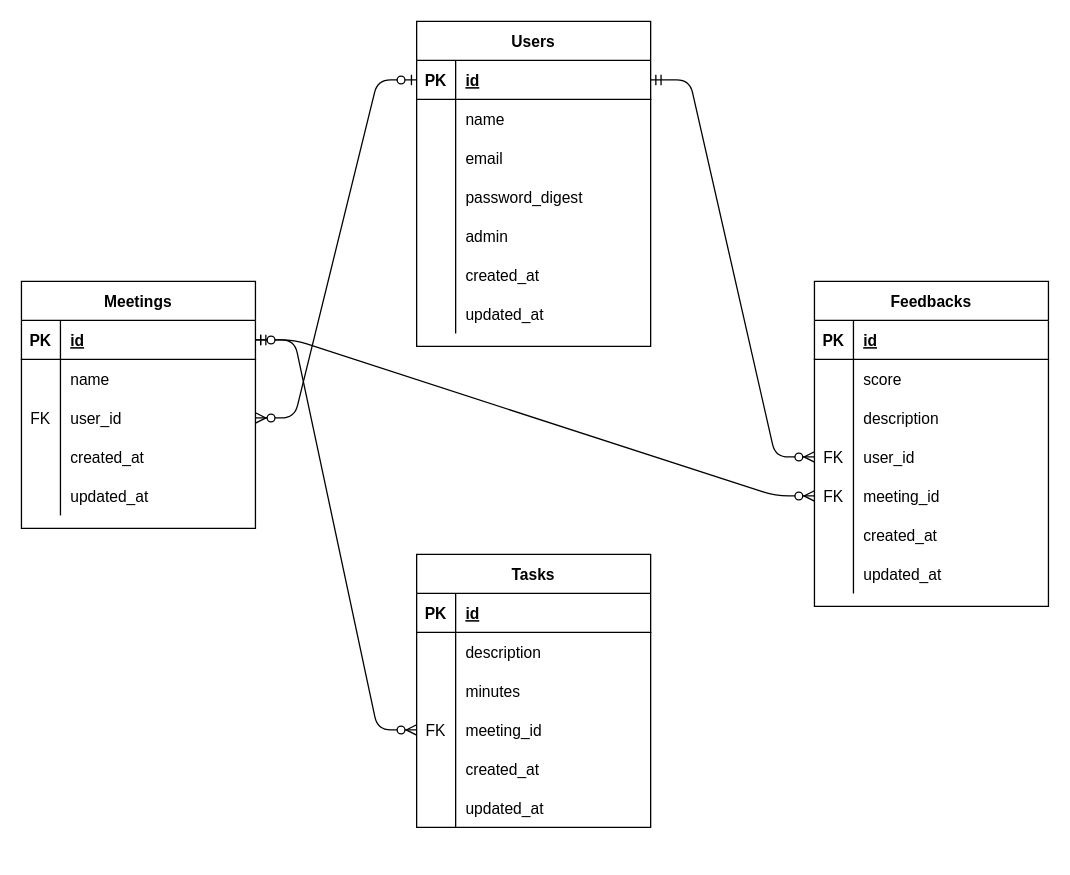
ushimedia/catalog_task_1 keeps this draw.io diagram as ER.drawio. Above is the earlier version. Source tidied: cells renumbered, new cells numbered last; positions are measured from the earlier drawing's top-left corner, leaving out a move shared by most shapes. Both pictures are drawn from the tidied source at 130%, with x=0, y=0 at pixel (21, 21).
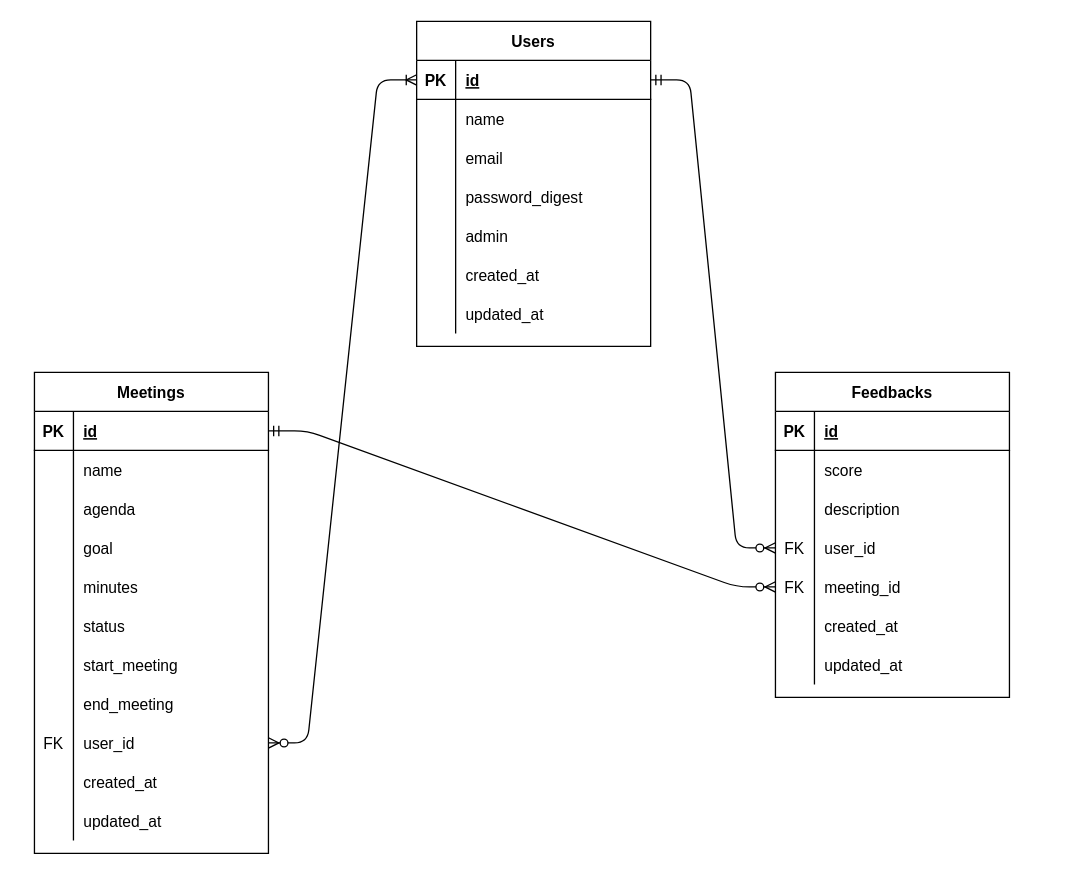
The same diagram, later.

Unchanged cells that the change refers to:
```xml
<mxCell id="44" style="shape=partialRectangle;fillColor=none;top=0;left=0;bottom=1;right=0;points=[[0,0.5],[1,0.5]];portConstraint=eastwest;" parent="43" vertex="1">
  <mxGeometry y="30" width="180" height="30" as="geometry" />
</mxCell>
<mxCell id="50" style="shape=partialRectangle;fillColor=none;top=0;left=0;bottom=0;right=0;points=[[0,0.5],[1,0.5]];portConstraint=eastwest;" parent="43" vertex="1">
  <mxGeometry y="90" width="180" height="30" as="geometry" />
</mxCell>
<mxCell id="53" style="shape=partialRectangle;fillColor=none;top=0;left=0;bottom=0;right=0;" parent="43" vertex="1">
  <mxGeometry y="120" width="180" height="30" as="geometry" />
</mxCell>
<mxCell id="56" style="shape=partialRectangle;fillColor=none;top=0;left=0;bottom=0;right=0;" parent="43" vertex="1">
  <mxGeometry y="150" width="180" height="30" as="geometry" />
</mxCell>
<mxCell id="60" style="shape=partialRectangle;fillColor=none;top=0;left=0;bottom=1;right=0;points=[[0,0.5],[1,0.5]];portConstraint=eastwest;" parent="59" vertex="1">
  <mxGeometry y="30" width="180" height="30" as="geometry" />
</mxCell>
```

The edit, as a diff of the source:
```diff
@@
-    <mxCell id="2" value="Tasks" style="shape=table;startSize=30;childLayout=tableLayout;rowLines=0;fontStyle=1;align=center;" parent="1" vertex="1">
-      <mxGeometry x="304" y="410" width="180" height="210" as="geometry" />
-    </mxCell>
-    <mxCell id="3" style="shape=partialRectangle;fillColor=none;top=0;left=0;bottom=1;right=0;" parent="2" vertex="1">
-      <mxGeometry y="30" width="180" height="30" as="geometry" />
-    </mxCell>
-    <mxCell id="4" value="PK" style="shape=partialRectangle;fillColor=none;top=0;left=0;bottom=0;right=0;fontStyle=1;overflow=hidden;" parent="3" vertex="1">
-      <mxGeometry width="30" height="30" as="geometry" />
-    </mxCell>
-    <mxCell id="5" value="id" style="shape=partialRectangle;fillColor=none;top=0;left=0;bottom=0;right=0;align=left;spacingLeft=6;fontStyle=5;overflow=hidden;" parent="3" vertex="1">
-      <mxGeometry x="30" width="150" height="30" as="geometry" />
-    </mxCell>
-    <mxCell id="6" style="shape=partialRectangle;fillColor=none;top=0;left=0;bottom=0;right=0;" parent="2" vertex="1">
-      <mxGeometry y="60" width="180" height="30" as="geometry" />
-    </mxCell>
-    <mxCell id="7" style="shape=partialRectangle;fillColor=none;top=0;left=0;bottom=0;right=0;overflow=hidden;" parent="6" vertex="1">
-      <mxGeometry width="30" height="30" as="geometry" />
-    </mxCell>
-    <mxCell id="8" value="description" style="shape=partialRectangle;fillColor=none;top=0;left=0;bottom=0;right=0;align=left;spacingLeft=6;overflow=hidden;" parent="6" vertex="1">
-      <mxGeometry x="30" width="150" height="30" as="geometry" />
-    </mxCell>
-    <mxCell id="9" style="shape=partialRectangle;fillColor=none;top=0;left=0;bottom=0;right=0;" parent="2" vertex="1">
-      <mxGeometry y="90" width="180" height="30" as="geometry" />
-    </mxCell>
-    <mxCell id="10" style="shape=partialRectangle;fillColor=none;top=0;left=0;bottom=0;right=0;overflow=hidden;" parent="9" vertex="1">
-      <mxGeometry width="30" height="30" as="geometry" />
-    </mxCell>
-    <mxCell id="11" value="minutes" style="shape=partialRectangle;fillColor=none;top=0;left=0;bottom=0;right=0;align=left;spacingLeft=6;overflow=hidden;" parent="9" vertex="1">
-      <mxGeometry x="30" width="150" height="30" as="geometry" />
-    </mxCell>
-    <mxCell id="12" style="shape=partialRectangle;fillColor=none;top=0;left=0;bottom=0;right=0;points=[[0,0.5],[1,0.5]];portConstraint=eastwest;" parent="2" vertex="1">
-      <mxGeometry y="120" width="180" height="30" as="geometry" />
-    </mxCell>
-    <mxCell id="13" value="FK" style="shape=partialRectangle;fillColor=none;top=0;left=0;bottom=0;right=0;overflow=hidden;" parent="12" vertex="1">
-      <mxGeometry width="30" height="30" as="geometry" />
-    </mxCell>
-    <mxCell id="14" value="meeting_id" style="shape=partialRectangle;fillColor=none;top=0;left=0;bottom=0;right=0;align=left;spacingLeft=6;overflow=hidden;" parent="12" vertex="1">
-      <mxGeometry x="30" width="150" height="30" as="geometry" />
-    </mxCell>
-    <mxCell id="15" style="shape=partialRectangle;fillColor=none;top=0;left=0;bottom=0;right=0;" parent="2" vertex="1">
-      <mxGeometry y="150" width="180" height="30" as="geometry" />
-    </mxCell>
-    <mxCell id="16" style="shape=partialRectangle;fillColor=none;top=0;left=0;bottom=0;right=0;overflow=hidden;" parent="15" vertex="1">
-      <mxGeometry width="30" height="30" as="geometry" />
-    </mxCell>
-    <mxCell id="17" value="created_at" style="shape=partialRectangle;fillColor=none;top=0;left=0;bottom=0;right=0;align=left;spacingLeft=6;overflow=hidden;" parent="15" vertex="1">
-      <mxGeometry x="30" width="150" height="30" as="geometry" />
-    </mxCell>
-    <mxCell id="18" style="shape=partialRectangle;fillColor=none;top=0;left=0;bottom=0;right=0;" parent="2" vertex="1">
-      <mxGeometry y="180" width="180" height="30" as="geometry" />
-    </mxCell>
-    <mxCell id="19" style="shape=partialRectangle;fillColor=none;top=0;left=0;bottom=0;right=0;overflow=hidden;" parent="18" vertex="1">
-      <mxGeometry width="30" height="30" as="geometry" />
-    </mxCell>
-    <mxCell id="20" value="updated_at" style="shape=partialRectangle;fillColor=none;top=0;left=0;bottom=0;right=0;align=left;spacingLeft=6;overflow=hidden;" parent="18" vertex="1">
-      <mxGeometry x="30" width="150" height="30" as="geometry" />
-    </mxCell>
     <mxCell id="21" value="Feedbacks" style="shape=table;startSize=30;childLayout=tableLayout;rowLines=0;fontStyle=1;align=center;" parent="1" vertex="1">
-      <mxGeometry x="610" y="200" width="180" height="250" as="geometry" />
+      <mxGeometry x="580" y="270" width="180" height="250" as="geometry" />
     </mxCell>
@@
     <mxCell id="43" value="Meetings" style="shape=table;startSize=30;childLayout=tableLayout;rowLines=0;fontStyle=1;align=center;" parent="1" vertex="1">
-      <mxGeometry y="200" width="180" height="190" as="geometry" />
+      <mxGeometry x="10" y="270" width="180" height="370" as="geometry" />
     </mxCell>
@@
-    <mxCell id="51" value="FK" style="shape=partialRectangle;fillColor=none;top=0;left=0;bottom=0;right=0;overflow=hidden;" parent="50" vertex="1">
+    <mxCell id="51" style="shape=partialRectangle;fillColor=none;top=0;left=0;bottom=0;right=0;overflow=hidden;" parent="50" vertex="1">
       <mxGeometry width="30" height="30" as="geometry" />
     </mxCell>
-    <mxCell id="52" value="user_id" style="shape=partialRectangle;fillColor=none;top=0;left=0;bottom=0;right=0;align=left;spacingLeft=6;overflow=hidden;" parent="50" vertex="1">
+    <mxCell id="52" value="agenda" style="shape=partialRectangle;fillColor=none;top=0;left=0;bottom=0;right=0;align=left;spacingLeft=6;overflow=hidden;" parent="50" vertex="1">
       <mxGeometry x="30" width="150" height="30" as="geometry" />
     </mxCell>
@@
-    <mxCell id="55" value="created_at" style="shape=partialRectangle;fillColor=none;top=0;left=0;bottom=0;right=0;align=left;spacingLeft=6;overflow=hidden;" parent="53" vertex="1">
+    <mxCell id="55" value="goal" style="shape=partialRectangle;fillColor=none;top=0;left=0;bottom=0;right=0;align=left;spacingLeft=6;overflow=hidden;" parent="53" vertex="1">
       <mxGeometry x="30" width="150" height="30" as="geometry" />
     </mxCell>
@@
-    <mxCell id="58" value="updated_at" style="shape=partialRectangle;fillColor=none;top=0;left=0;bottom=0;right=0;align=left;spacingLeft=6;overflow=hidden;" parent="56" vertex="1">
+    <mxCell id="58" value="minutes" style="shape=partialRectangle;fillColor=none;top=0;left=0;bottom=0;right=0;align=left;spacingLeft=6;overflow=hidden;" parent="56" vertex="1">
       <mxGeometry x="30" width="150" height="30" as="geometry" />
     </mxCell>
+    <mxCell id="84" style="shape=partialRectangle;fillColor=none;top=0;left=0;bottom=0;right=0;" parent="43" vertex="1">
+      <mxGeometry y="180" width="180" height="30" as="geometry" />
+    </mxCell>
+    <mxCell id="85" style="shape=partialRectangle;fillColor=none;top=0;left=0;bottom=0;right=0;overflow=hidden;" parent="84" vertex="1">
+      <mxGeometry width="30" height="30" as="geometry" />
+    </mxCell>
+    <mxCell id="86" value="status" style="shape=partialRectangle;fillColor=none;top=0;left=0;bottom=0;right=0;align=left;spacingLeft=6;overflow=hidden;" parent="84" vertex="1">
+      <mxGeometry x="30" width="150" height="30" as="geometry" />
+    </mxCell>
+    <mxCell id="87" style="shape=partialRectangle;fillColor=none;top=0;left=0;bottom=0;right=0;" parent="43" vertex="1">
+      <mxGeometry y="210" width="180" height="30" as="geometry" />
+    </mxCell>
+    <mxCell id="88" style="shape=partialRectangle;fillColor=none;top=0;left=0;bottom=0;right=0;overflow=hidden;" parent="87" vertex="1">
+      <mxGeometry width="30" height="30" as="geometry" />
+    </mxCell>
+    <mxCell id="89" value="start_meeting" style="shape=partialRectangle;fillColor=none;top=0;left=0;bottom=0;right=0;align=left;spacingLeft=6;overflow=hidden;" parent="87" vertex="1">
+      <mxGeometry x="30" width="150" height="30" as="geometry" />
+    </mxCell>
+    <mxCell id="90" style="shape=partialRectangle;fillColor=none;top=0;left=0;bottom=0;right=0;" parent="43" vertex="1">
+      <mxGeometry y="240" width="180" height="30" as="geometry" />
+    </mxCell>
+    <mxCell id="91" style="shape=partialRectangle;fillColor=none;top=0;left=0;bottom=0;right=0;overflow=hidden;" parent="90" vertex="1">
+      <mxGeometry width="30" height="30" as="geometry" />
+    </mxCell>
+    <mxCell id="92" value="end_meeting" style="shape=partialRectangle;fillColor=none;top=0;left=0;bottom=0;right=0;align=left;spacingLeft=6;overflow=hidden;" parent="90" vertex="1">
+      <mxGeometry x="30" width="150" height="30" as="geometry" />
+    </mxCell>
+    <mxCell id="93" style="shape=partialRectangle;fillColor=none;top=0;left=0;bottom=0;right=0;points=[[0,0.5],[1,0.5]];portConstraint=eastwest;" parent="43" vertex="1">
+      <mxGeometry y="270" width="180" height="30" as="geometry" />
+    </mxCell>
+    <mxCell id="13" value="FK" style="shape=partialRectangle;fillColor=none;top=0;left=0;bottom=0;right=0;overflow=hidden;" parent="93" vertex="1">
+      <mxGeometry width="30" height="30" as="geometry" />
+    </mxCell>
+    <mxCell id="94" value="user_id" style="shape=partialRectangle;fillColor=none;top=0;left=0;bottom=0;right=0;align=left;spacingLeft=6;overflow=hidden;" parent="93" vertex="1">
+      <mxGeometry x="30" width="150" height="30" as="geometry" />
+    </mxCell>
+    <mxCell id="95" style="shape=partialRectangle;fillColor=none;top=0;left=0;bottom=0;right=0;" parent="43" vertex="1">
+      <mxGeometry y="300" width="180" height="30" as="geometry" />
+    </mxCell>
+    <mxCell id="96" style="shape=partialRectangle;fillColor=none;top=0;left=0;bottom=0;right=0;overflow=hidden;" parent="95" vertex="1">
+      <mxGeometry width="30" height="30" as="geometry" />
+    </mxCell>
+    <mxCell id="17" value="created_at" style="shape=partialRectangle;fillColor=none;top=0;left=0;bottom=0;right=0;align=left;spacingLeft=6;overflow=hidden;" parent="95" vertex="1">
+      <mxGeometry x="30" width="150" height="30" as="geometry" />
+    </mxCell>
+    <mxCell id="97" style="shape=partialRectangle;fillColor=none;top=0;left=0;bottom=0;right=0;" parent="43" vertex="1">
+      <mxGeometry y="330" width="180" height="30" as="geometry" />
+    </mxCell>
+    <mxCell id="98" style="shape=partialRectangle;fillColor=none;top=0;left=0;bottom=0;right=0;overflow=hidden;" parent="97" vertex="1">
+      <mxGeometry width="30" height="30" as="geometry" />
+    </mxCell>
+    <mxCell id="20" value="updated_at" style="shape=partialRectangle;fillColor=none;top=0;left=0;bottom=0;right=0;align=left;spacingLeft=6;overflow=hidden;" parent="97" vertex="1">
+      <mxGeometry x="30" width="150" height="30" as="geometry" />
+    </mxCell>
@@
-    <mxCell id="81" style="edgeStyle=entityRelationEdgeStyle;fontSize=12;html=1;endArrow=ERzeroToMany;startArrow=ERzeroToOne;entryX=1;entryY=0.5;entryDx=0;entryDy=0;exitX=0;exitY=0.5;exitDx=0;exitDy=0;" parent="1" edge="1" source="60" target="50">
-      <mxGeometry relative="1" as="geometry" />
-    </mxCell>
@@
-    <mxCell id="84" style="edgeStyle=entityRelationEdgeStyle;fontSize=12;html=1;endArrow=ERzeroToMany;startArrow=ERzeroToOne;exitX=1;exitY=0.5;exitDx=0;exitDy=0;entryX=0;entryY=0.5;entryDx=0;entryDy=0;" parent="1" edge="1" source="44" target="12">
-      <mxGeometry relative="1" as="geometry" />
-    </mxCell>
+    <mxCell id="99" style="edgeStyle=entityRelationEdgeStyle;fontSize=12;html=1;endArrow=ERoneToMany;startArrow=ERzeroToMany;exitX=1;exitY=0.5;exitDx=0;exitDy=0;entryX=0;entryY=0.5;entryDx=0;entryDy=0;" parent="1" edge="1" source="93" target="60">
+      <mxGeometry relative="1" as="geometry" />
+    </mxCell>
```
